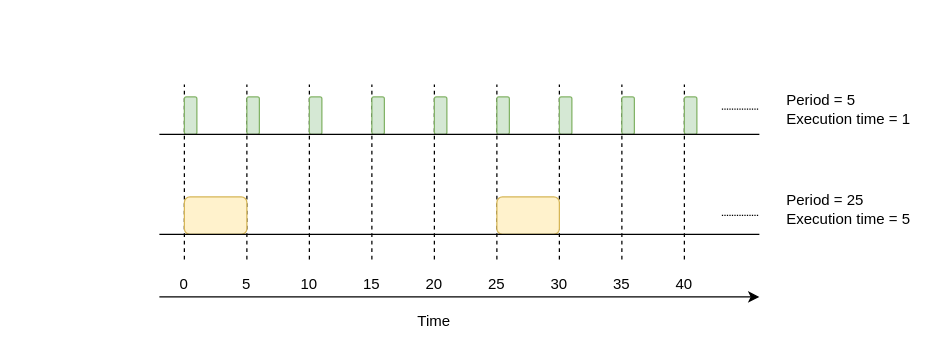
Earlier version of the draw.io diagram Untitled Diagram.drawio (GooTim/Reference). Source tidied: cells renumbered, new cells numbered last; positions are measured from the earlier drawing's top-left corner, leaving out a move shared by most shapes. Both pictures are drawn from the tidied source at 125%, with x=0, y=0 at pixel (159, 84).
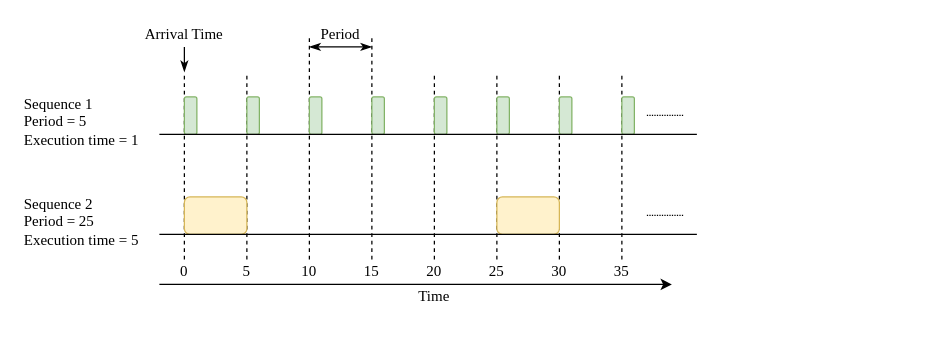
The same page after the edit.

What changed in the source:
```diff
@@
     <mxCell id="2" style="endArrow=none;dashed=1;html=1;rounded=0;" parent="1" edge="1">
       <mxGeometry relative="1" as="geometry">
         <mxPoint x="20" y="140" as="sourcePoint" />
-        <mxPoint x="20" as="targetPoint" />
+        <mxPoint x="20" y="-10" as="targetPoint" />
       </mxGeometry>
     </mxCell>
     <mxCell id="3" style="endArrow=none;dashed=1;html=1;rounded=0;" parent="1" edge="1">
       <mxGeometry relative="1" as="geometry">
         <mxPoint x="70" y="140" as="sourcePoint" />
-        <mxPoint x="70" as="targetPoint" />
+        <mxPoint x="70" y="-10" as="targetPoint" />
       </mxGeometry>
     </mxCell>
     <mxCell id="4" style="endArrow=none;dashed=1;html=1;rounded=0;" parent="1" edge="1">
       <mxGeometry relative="1" as="geometry">
         <mxPoint x="120" y="140" as="sourcePoint" />
-        <mxPoint x="120" as="targetPoint" />
+        <mxPoint x="120" y="-40" as="targetPoint" />
       </mxGeometry>
     </mxCell>
     <mxCell id="5" style="endArrow=none;dashed=1;html=1;rounded=0;" parent="1" edge="1">
       <mxGeometry relative="1" as="geometry">
         <mxPoint x="170" y="140" as="sourcePoint" />
-        <mxPoint x="170" as="targetPoint" />
+        <mxPoint x="170" y="-40" as="targetPoint" />
       </mxGeometry>
     </mxCell>
     <mxCell id="6" style="endArrow=none;dashed=1;html=1;rounded=0;" parent="1" edge="1">
       <mxGeometry relative="1" as="geometry">
         <mxPoint x="220" y="140" as="sourcePoint" />
-        <mxPoint x="220" as="targetPoint" />
+        <mxPoint x="220" y="-10" as="targetPoint" />
       </mxGeometry>
     </mxCell>
     <mxCell id="7" style="endArrow=none;dashed=1;html=1;rounded=0;" parent="1" edge="1">
       <mxGeometry relative="1" as="geometry">
         <mxPoint x="270" y="140" as="sourcePoint" />
-        <mxPoint x="270" as="targetPoint" />
+        <mxPoint x="270" y="-10" as="targetPoint" />
       </mxGeometry>
     </mxCell>
     <mxCell id="8" style="endArrow=none;dashed=1;html=1;rounded=0;" parent="1" edge="1">
       <mxGeometry relative="1" as="geometry">
         <mxPoint x="320" y="140" as="sourcePoint" />
-        <mxPoint x="320" as="targetPoint" />
+        <mxPoint x="320" y="-10" as="targetPoint" />
       </mxGeometry>
     </mxCell>
     <mxCell id="9" style="endArrow=none;dashed=1;html=1;rounded=0;" parent="1" edge="1">
       <mxGeometry relative="1" as="geometry">
         <mxPoint x="370" y="140" as="sourcePoint" />
-        <mxPoint x="370" as="targetPoint" />
+        <mxPoint x="370" y="-10" as="targetPoint" />
       </mxGeometry>
     </mxCell>
-    <mxCell id="10" style="endArrow=none;dashed=1;html=1;rounded=0;" parent="1" edge="1">
-      <mxGeometry relative="1" as="geometry">
-        <mxPoint x="420" y="140" as="sourcePoint" />
-        <mxPoint x="420" as="targetPoint" />
-      </mxGeometry>
-    </mxCell>
@@
-    <mxCell id="19" style="rounded=1;whiteSpace=wrap;html=1;fillColor=#d5e8d4;strokeColor=#82b366;" parent="1" vertex="1">
-      <mxGeometry x="420" y="10" width="10" height="30" as="geometry" />
-    </mxCell>
@@
     <mxCell id="22" style="endArrow=none;html=1;rounded=0;" parent="1" edge="1">
       <mxGeometry relative="1" as="geometry">
         <mxPoint y="40" as="sourcePoint" />
-        <mxPoint x="480" y="40" as="targetPoint" />
+        <mxPoint x="430" y="40" as="targetPoint" />
       </mxGeometry>
     </mxCell>
     <mxCell id="23" style="endArrow=none;html=1;rounded=0;" parent="1" edge="1">
       <mxGeometry relative="1" as="geometry">
         <mxPoint y="120" as="sourcePoint" />
-        <mxPoint x="480" y="120" as="targetPoint" />
+        <mxPoint x="430" y="120" as="targetPoint" />
       </mxGeometry>
     </mxCell>
     <mxCell id="24" style="endArrow=classic;html=1;rounded=0;" parent="1" edge="1">
       <mxGeometry relative="1" as="geometry">
-        <mxPoint y="170" as="sourcePoint" />
-        <mxPoint x="480" y="170" as="targetPoint" />
+        <mxPoint y="160" as="sourcePoint" />
+        <mxPoint x="410" y="160" as="targetPoint" />
       </mxGeometry>
     </mxCell>
-    <mxCell id="25" value="0" style="text;html=1;strokeColor=none;fillColor=none;align=center;verticalAlign=middle;whiteSpace=wrap;rounded=0;" parent="1" vertex="1">
-      <mxGeometry x="10" y="150" width="20" height="20" as="geometry" />
+    <mxCell id="25" value="&lt;font face=&quot;Times New Roman&quot;&gt;0&lt;/font&gt;" style="text;html=1;strokeColor=none;fillColor=none;align=center;verticalAlign=middle;whiteSpace=wrap;rounded=0;" parent="1" vertex="1">
+      <mxGeometry x="10" y="140" width="20" height="20" as="geometry" />
     </mxCell>
-    <mxCell id="26" value="5" style="text;html=1;strokeColor=none;fillColor=none;align=center;verticalAlign=middle;whiteSpace=wrap;rounded=0;" parent="1" vertex="1">
-      <mxGeometry x="60" y="150" width="20" height="20" as="geometry" />
+    <mxCell id="26" value="&lt;font face=&quot;Times New Roman&quot;&gt;5&lt;/font&gt;" style="text;html=1;strokeColor=none;fillColor=none;align=center;verticalAlign=middle;whiteSpace=wrap;rounded=0;" parent="1" vertex="1">
+      <mxGeometry x="60" y="140" width="20" height="20" as="geometry" />
     </mxCell>
-    <mxCell id="27" value="10" style="text;html=1;strokeColor=none;fillColor=none;align=center;verticalAlign=middle;whiteSpace=wrap;rounded=0;" parent="1" vertex="1">
-      <mxGeometry x="110" y="150" width="20" height="20" as="geometry" />
+    <mxCell id="27" value="&lt;font face=&quot;Times New Roman&quot;&gt;10&lt;/font&gt;" style="text;html=1;strokeColor=none;fillColor=none;align=center;verticalAlign=middle;whiteSpace=wrap;rounded=0;" parent="1" vertex="1">
+      <mxGeometry x="110" y="140" width="20" height="20" as="geometry" />
     </mxCell>
-    <mxCell id="28" value="15" style="text;html=1;strokeColor=none;fillColor=none;align=center;verticalAlign=middle;whiteSpace=wrap;rounded=0;" parent="1" vertex="1">
-      <mxGeometry x="160" y="150" width="20" height="20" as="geometry" />
+    <mxCell id="28" value="&lt;font face=&quot;Times New Roman&quot;&gt;15&lt;/font&gt;" style="text;html=1;strokeColor=none;fillColor=none;align=center;verticalAlign=middle;whiteSpace=wrap;rounded=0;" parent="1" vertex="1">
+      <mxGeometry x="160" y="140" width="20" height="20" as="geometry" />
     </mxCell>
-    <mxCell id="29" value="20" style="text;html=1;strokeColor=none;fillColor=none;align=center;verticalAlign=middle;whiteSpace=wrap;rounded=0;" parent="1" vertex="1">
-      <mxGeometry x="210" y="150" width="20" height="20" as="geometry" />
+    <mxCell id="29" value="&lt;font face=&quot;Times New Roman&quot;&gt;20&lt;/font&gt;" style="text;html=1;strokeColor=none;fillColor=none;align=center;verticalAlign=middle;whiteSpace=wrap;rounded=0;" parent="1" vertex="1">
+      <mxGeometry x="210" y="140" width="20" height="20" as="geometry" />
     </mxCell>
-    <mxCell id="30" value="25" style="text;html=1;strokeColor=none;fillColor=none;align=center;verticalAlign=middle;whiteSpace=wrap;rounded=0;" parent="1" vertex="1">
-      <mxGeometry x="260" y="150" width="20" height="20" as="geometry" />
+    <mxCell id="30" value="&lt;font face=&quot;Times New Roman&quot;&gt;25&lt;/font&gt;" style="text;html=1;strokeColor=none;fillColor=none;align=center;verticalAlign=middle;whiteSpace=wrap;rounded=0;" parent="1" vertex="1">
+      <mxGeometry x="260" y="140" width="20" height="20" as="geometry" />
     </mxCell>
-    <mxCell id="31" value="30" style="text;html=1;strokeColor=none;fillColor=none;align=center;verticalAlign=middle;whiteSpace=wrap;rounded=0;" parent="1" vertex="1">
-      <mxGeometry x="310" y="150" width="20" height="20" as="geometry" />
+    <mxCell id="31" value="&lt;font face=&quot;Times New Roman&quot;&gt;30&lt;/font&gt;" style="text;html=1;strokeColor=none;fillColor=none;align=center;verticalAlign=middle;whiteSpace=wrap;rounded=0;" parent="1" vertex="1">
+      <mxGeometry x="310" y="140" width="20" height="20" as="geometry" />
     </mxCell>
-    <mxCell id="32" value="35" style="text;html=1;strokeColor=none;fillColor=none;align=center;verticalAlign=middle;whiteSpace=wrap;rounded=0;" parent="1" vertex="1">
-      <mxGeometry x="360" y="150" width="20" height="20" as="geometry" />
+    <mxCell id="32" value="&lt;font face=&quot;Times New Roman&quot;&gt;35&lt;/font&gt;" style="text;html=1;strokeColor=none;fillColor=none;align=center;verticalAlign=middle;whiteSpace=wrap;rounded=0;" parent="1" vertex="1">
+      <mxGeometry x="360" y="140" width="20" height="20" as="geometry" />
     </mxCell>
-    <mxCell id="33" value="40" style="text;html=1;strokeColor=none;fillColor=none;align=center;verticalAlign=middle;whiteSpace=wrap;rounded=0;" parent="1" vertex="1">
-      <mxGeometry x="410" y="150" width="20" height="20" as="geometry" />
-    </mxCell>
-    <mxCell id="34" value="Time" style="text;html=1;strokeColor=none;fillColor=none;align=center;verticalAlign=middle;whiteSpace=wrap;rounded=0;" parent="1" vertex="1">
-      <mxGeometry x="210" y="180" width="20" height="20" as="geometry" />
+    <mxCell id="34" value="&lt;font face=&quot;Times New Roman&quot;&gt;Time&lt;/font&gt;" style="text;html=1;strokeColor=none;fillColor=none;align=center;verticalAlign=middle;whiteSpace=wrap;rounded=0;" parent="1" vertex="1">
+      <mxGeometry x="210" y="160" width="20" height="20" as="geometry" />
     </mxCell>
-    <mxCell id="35" value="Period = 5&lt;br&gt;Execution time = 1" style="text;html=1;strokeColor=none;fillColor=none;align=left;verticalAlign=middle;whiteSpace=wrap;rounded=0;" parent="1" vertex="1">
-      <mxGeometry x="500" width="110" height="40" as="geometry" />
+    <mxCell id="35" value="&lt;font face=&quot;Times New Roman&quot;&gt;Sequence 1&lt;br&gt;Period = 5&lt;br&gt;Execution time = 1&lt;/font&gt;" style="text;html=1;strokeColor=none;fillColor=none;align=left;verticalAlign=middle;whiteSpace=wrap;rounded=0;" parent="1" vertex="1">
+      <mxGeometry x="-110" y="10" width="110" height="40" as="geometry" />
     </mxCell>
-    <mxCell id="36" value="Period = 25&lt;br&gt;Execution time = 5" style="text;html=1;strokeColor=none;fillColor=none;align=left;verticalAlign=middle;whiteSpace=wrap;rounded=0;" parent="1" vertex="1">
-      <mxGeometry x="500" y="80" width="110" height="40" as="geometry" />
+    <mxCell id="36" value="&lt;font face=&quot;Times New Roman&quot;&gt;Sequence 2&lt;br&gt;Period = 25&lt;br&gt;Execution time = 5&lt;/font&gt;" style="text;html=1;strokeColor=none;fillColor=none;align=left;verticalAlign=middle;whiteSpace=wrap;rounded=0;" parent="1" vertex="1">
+      <mxGeometry x="-110" y="90" width="110" height="40" as="geometry" />
     </mxCell>
     <mxCell id="37" style="endArrow=none;dashed=1;html=1;rounded=0;dashPattern=1 1;" parent="1" edge="1">
       <mxGeometry relative="1" as="geometry">
-        <mxPoint x="450" y="19.7" as="sourcePoint" />
-        <mxPoint x="480" y="19.7" as="targetPoint" />
+        <mxPoint x="390" y="24.7" as="sourcePoint" />
+        <mxPoint x="420" y="24.7" as="targetPoint" />
       </mxGeometry>
     </mxCell>
     <mxCell id="38" style="endArrow=none;dashed=1;html=1;rounded=0;dashPattern=1 1;" parent="1" edge="1">
       <mxGeometry relative="1" as="geometry">
-        <mxPoint x="450" y="104.7" as="sourcePoint" />
-        <mxPoint x="480" y="104.7" as="targetPoint" />
+        <mxPoint x="390" y="104.7" as="sourcePoint" />
+        <mxPoint x="420" y="104.7" as="targetPoint" />
       </mxGeometry>
     </mxCell>
+    <mxCell id="39" style="endArrow=classicThin;html=1;rounded=0;fontFamily=Times New Roman;endFill=1;" parent="1" edge="1">
+      <mxGeometry relative="1" as="geometry">
+        <mxPoint x="20" y="-30" as="sourcePoint" />
+        <mxPoint x="20" y="-10" as="targetPoint" />
+      </mxGeometry>
+    </mxCell>
+    <mxCell id="40" value="Arrival Time" style="text;html=1;strokeColor=none;fillColor=none;align=center;verticalAlign=middle;whiteSpace=wrap;rounded=0;fontFamily=Times New Roman;" parent="1" vertex="1">
+      <mxGeometry x="-15" y="-50" width="70" height="20" as="geometry" />
+    </mxCell>
+    <mxCell id="41" style="endArrow=classicThin;startArrow=classicThin;html=1;rounded=0;fontFamily=Times New Roman;endFill=1;startFill=1;" parent="1" edge="1">
+      <mxGeometry relative="1" as="geometry">
+        <mxPoint x="120" y="-30" as="sourcePoint" />
+        <mxPoint x="170" y="-30" as="targetPoint" />
+      </mxGeometry>
+    </mxCell>
+    <mxCell id="42" value="Period" style="text;html=1;strokeColor=none;fillColor=none;align=center;verticalAlign=middle;whiteSpace=wrap;rounded=0;fontFamily=Times New Roman;" parent="1" vertex="1">
+      <mxGeometry x="130" y="-50" width="30" height="20" as="geometry" />
+    </mxCell>
```
